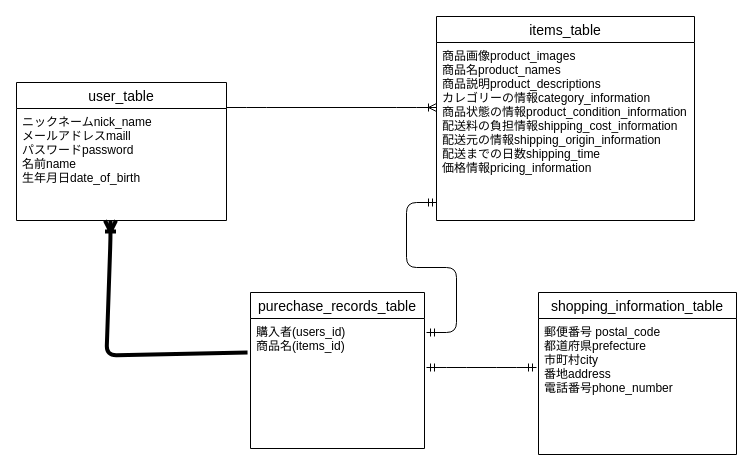
Before: furima.dio in akixxxxx/furima-41469, a draw.io diagram. Source tidied: cells renumbered, new cells numbered last; positions are measured from the earlier drawing's top-left corner, leaving out a move shared by most shapes. Both pictures are drawn from the tidied source at 100%, with x=0, y=0 at pixel (16, 16).
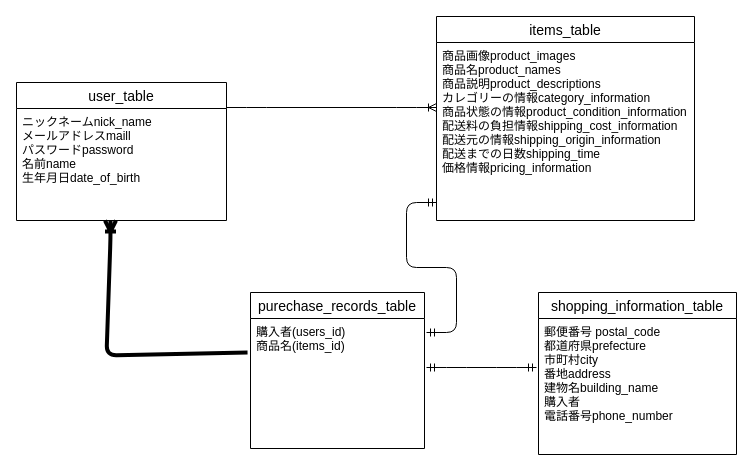
The same diagram, later.

Commit message (it also covers changes not shown here):
ER図とREADMEの修正1

Change to the diagram source:
```diff
@@
 <mxGraphModel>
   <root>
     <mxCell id="0" />
     <mxCell id="1" parent="0" />
     <mxCell id="2" style="edgeStyle=entityRelationEdgeStyle;fontSize=12;html=1;endArrow=ERoneToMany;exitX=1;exitY=0.5;exitDx=0;exitDy=0;entryX=0;entryY=0.5;entryDx=0;entryDy=0;endFill=0;" parent="1" edge="1">
       <mxGeometry relative="1" as="geometry">
         <mxPoint x="210" y="91" as="sourcePoint" />
         <mxPoint x="420" y="91" as="targetPoint" />
       </mxGeometry>
     </mxCell>
     <mxCell id="3" style="edgeStyle=none;html=1;exitX=-0.017;exitY=0.262;exitDx=0;exitDy=0;endArrow=ERoneToMany;endFill=0;strokeWidth=4;rounded=1;strokeColor=default;exitPerimeter=0;" parent="1" edge="1" source="11">
       <mxGeometry relative="1" as="geometry">
         <mxPoint x="94" y="204" as="targetPoint" />
         <Array as="points">
           <mxPoint x="90" y="339" />
           <mxPoint x="94" y="222" />
         </Array>
       </mxGeometry>
     </mxCell>
     <mxCell id="4" style="edgeStyle=entityRelationEdgeStyle;fontSize=12;html=1;endArrow=ERmandOne;startArrow=ERmandOne;exitX=1;exitY=0.5;exitDx=0;exitDy=0;entryX=0;entryY=0.5;entryDx=0;entryDy=0;" parent="1" edge="1">
       <mxGeometry relative="1" as="geometry">
         <mxPoint x="410" y="351" as="sourcePoint" />
         <mxPoint x="520" y="351" as="targetPoint" />
       </mxGeometry>
     </mxCell>
     <mxCell id="5" style="edgeStyle=entityRelationEdgeStyle;fontSize=12;html=1;endArrow=ERmandOne;startArrow=ERmandOne;entryX=0;entryY=0.5;entryDx=0;entryDy=0;" parent="1" edge="1">
       <mxGeometry relative="1" as="geometry">
         <mxPoint x="410" y="316" as="sourcePoint" />
         <mxPoint x="420" y="186" as="targetPoint" />
       </mxGeometry>
     </mxCell>
     <mxCell id="6" value="user_table" style="swimlane;fontStyle=0;horizontal=1;startSize=26;align=center;fontSize=14;" parent="1" vertex="1">
       <mxGeometry y="66" width="210" height="138" as="geometry" />
     </mxCell>
     <mxCell id="7" value="ニックネームnick_name&#10;メールアドレスmaill&#10;パスワードpassword&#10;名前name&#10;生年月日date_of_birth&#10;" style="text;strokeColor=none;fillColor=none;spacingLeft=4;spacingRight=4;overflow=hidden;fontSize=12;" parent="6" vertex="1">
       <mxGeometry y="26" width="210" height="112" as="geometry" />
     </mxCell>
     <mxCell id="8" value="items_table" style="swimlane;fontStyle=0;horizontal=1;startSize=26;align=center;fontSize=14;" parent="1" vertex="1">
       <mxGeometry x="420" width="258" height="204" as="geometry" />
     </mxCell>
     <mxCell id="9" value="商品画像product_images&#10;商品名product_names&#10;商品説明product_descriptions&#10;カレゴリーの情報category_information&#10;商品状態の情報product_condition_information&#10;配送料の負担情報shipping_cost_information&#10;配送元の情報shipping_origin_information&#10;配送までの日数shipping_time&#10;価格情報pricing_information&#10;" style="text;strokeColor=none;fillColor=none;spacingLeft=4;spacingRight=4;overflow=hidden;fontSize=12;" parent="8" vertex="1">
       <mxGeometry y="26" width="258" height="178" as="geometry" />
     </mxCell>
     <mxCell id="10" value="purechase_records_table" style="swimlane;fontStyle=0;horizontal=1;startSize=26;align=center;fontSize=14;" parent="1" vertex="1">
       <mxGeometry x="234" y="276" width="174" height="156" as="geometry" />
     </mxCell>
     <mxCell id="11" value="購入者(users_id)&#10;商品名(items_id)&#10;" style="text;strokeColor=none;fillColor=none;spacingLeft=4;spacingRight=4;overflow=hidden;points=[[0,0.5],[1,0.5]];portConstraint=eastwest;fontSize=12;" parent="10" vertex="1">
       <mxGeometry y="26" width="174" height="130" as="geometry" />
     </mxCell>
     <mxCell id="12" value="shopping_information_table" style="swimlane;fontStyle=0;horizontal=1;startSize=26;align=center;fontSize=14;" parent="1" vertex="1">
       <mxGeometry x="522" y="276" width="198" height="162" as="geometry" />
     </mxCell>
-    <mxCell id="13" value="郵便番号 postal_code&#10;都道府県prefecture&#10;市町村city&#10;番地address&#10;電話番号phone_number&#10;" style="text;strokeColor=none;fillColor=none;spacingLeft=4;spacingRight=4;overflow=hidden;fontSize=12;" parent="12" vertex="1">
+    <mxCell id="13" value="郵便番号 postal_code&#10;都道府県prefecture&#10;市町村city&#10;番地address&#10;建物名building_name&#10;購入者&#10;電話番号phone_number&#10;" style="text;strokeColor=none;fillColor=none;spacingLeft=4;spacingRight=4;overflow=hidden;fontSize=12;" parent="12" vertex="1">
       <mxGeometry y="26" width="198" height="136" as="geometry" />
     </mxCell>
   </root>
 </mxGraphModel>
```
